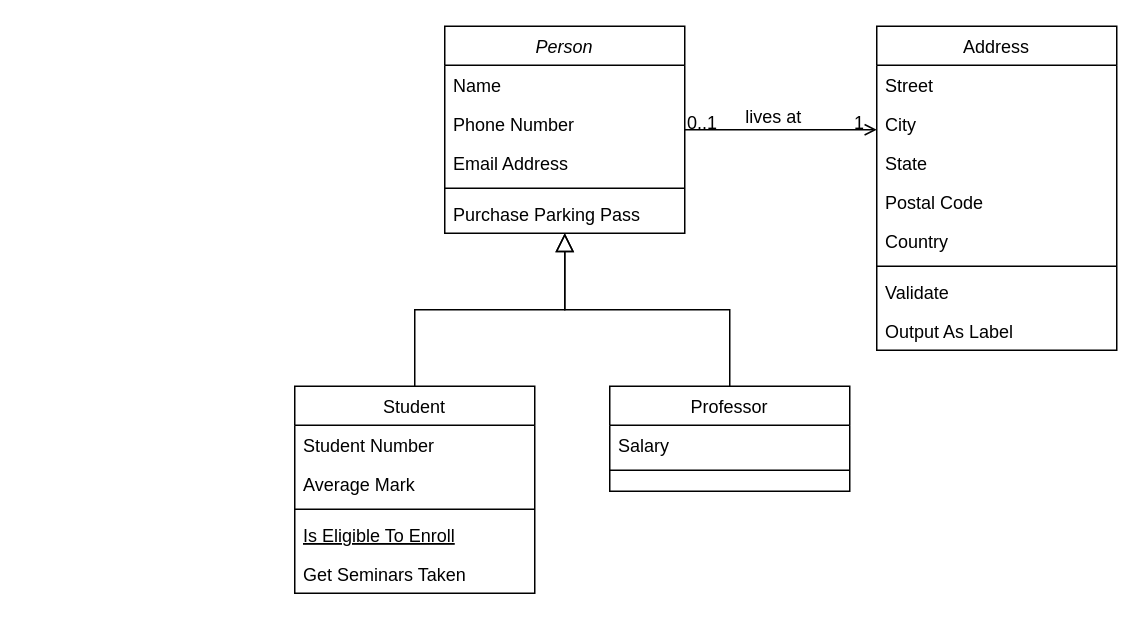
Earlier version of the draw.io diagram GroupAssignment.drawio (LordDdanielHan/test). Source tidied: cells renumbered, new cells numbered last; positions are measured from the earlier drawing's top-left corner, leaving out a move shared by most shapes. Both pictures are drawn from the tidied source at 150%, with x=0, y=0 at pixel (294, 26).
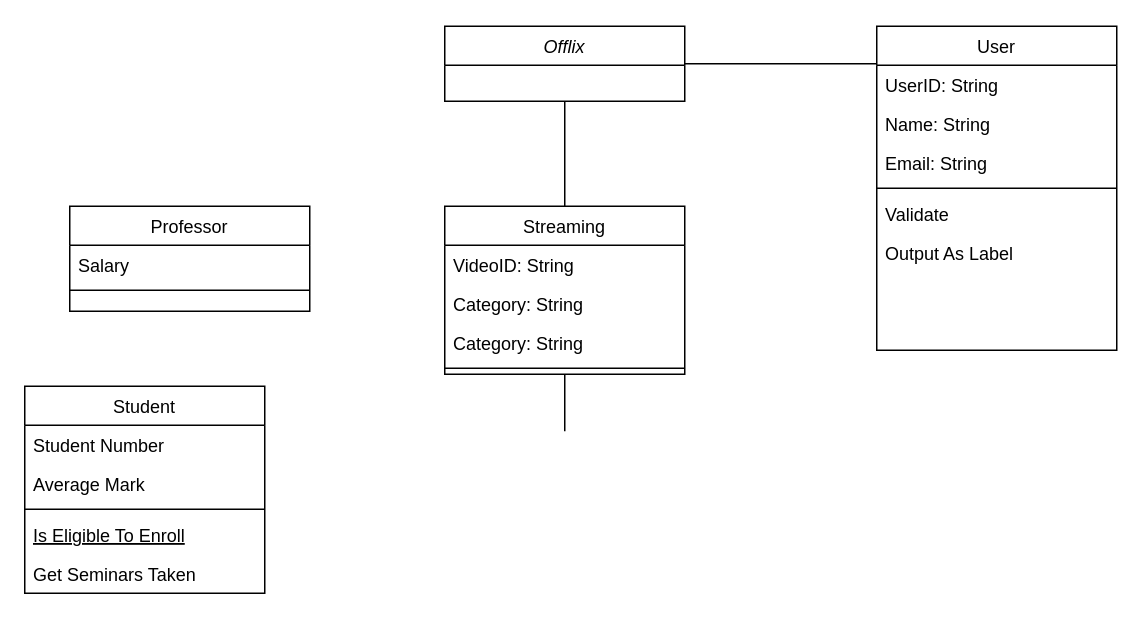
The same diagram, later.

Diff of the diagram source:
```diff
@@
+    <mxCell id="32" style="edgeStyle=orthogonalEdgeStyle;rounded=0;jettySize=auto;html=1;entryX=0.5;entryY=0;entryDx=0;entryDy=0;endArrow=none;endFill=0;" parent="1" edge="1" source="2" target="34">
+      <mxGeometry relative="1" as="geometry" />
+    </mxCell>
-    <mxCell id="2" value="Person" style="swimlane;fontStyle=2;align=center;verticalAlign=top;horizontal=1;startSize=26;rounded=0;shadow=0;strokeWidth=1;" parent="1" vertex="1">
-      <mxGeometry x="100" width="160" height="138" as="geometry" />
+    <mxCell id="2" value="Offlix" style="swimlane;fontStyle=2;align=center;verticalAlign=top;horizontal=1;startSize=26;rounded=0;shadow=0;strokeWidth=1;" parent="1" vertex="1">
+      <mxGeometry x="100" width="160" height="50" as="geometry" />
     </mxCell>
-    <mxCell id="3" value="Name" style="text;align=left;verticalAlign=top;spacingLeft=4;spacingRight=4;overflow=hidden;" parent="2" vertex="1">
-      <mxGeometry y="26" width="160" height="26" as="geometry" />
-    </mxCell>
-    <mxCell id="4" value="Phone Number" style="text;align=left;verticalAlign=top;spacingLeft=4;spacingRight=4;overflow=hidden;rounded=0;shadow=0;html=0;" parent="2" vertex="1">
-      <mxGeometry y="52" width="160" height="26" as="geometry" />
-    </mxCell>
-    <mxCell id="5" value="Email Address" style="text;align=left;verticalAlign=top;spacingLeft=4;spacingRight=4;overflow=hidden;rounded=0;shadow=0;html=0;" parent="2" vertex="1">
-      <mxGeometry y="78" width="160" height="26" as="geometry" />
-    </mxCell>
-    <mxCell id="6" style="line;html=1;strokeWidth=1;align=left;verticalAlign=middle;spacingTop=-1;spacingLeft=3;spacingRight=3;labelPosition=right;" parent="2" vertex="1">
-      <mxGeometry y="104" width="160" height="8" as="geometry" />
-    </mxCell>
-    <mxCell id="7" value="Purchase Parking Pass" style="text;align=left;verticalAlign=top;spacingLeft=4;spacingRight=4;overflow=hidden;" parent="2" vertex="1">
-      <mxGeometry y="112" width="160" height="26" as="geometry" />
-    </mxCell>
     <mxCell id="8" value="Student" style="swimlane;fontStyle=0;align=center;verticalAlign=top;horizontal=1;startSize=26;rounded=0;shadow=0;strokeWidth=1;" parent="1" vertex="1">
-      <mxGeometry y="240" width="160" height="138" as="geometry" />
+      <mxGeometry x="-180" y="240" width="160" height="138" as="geometry" />
     </mxCell>
@@
-    <mxCell id="14" style="endArrow=block;endSize=10;endFill=0;shadow=0;strokeWidth=1;rounded=0;curved=0;edgeStyle=elbowEdgeStyle;elbow=vertical;" parent="1" edge="1" source="8" target="2">
-      <mxGeometry relative="1" as="geometry" />
-    </mxCell>
     <mxCell id="15" value="Professor" style="swimlane;fontStyle=0;align=center;verticalAlign=top;horizontal=1;startSize=26;rounded=0;shadow=0;strokeWidth=1;" parent="1" vertex="1">
-      <mxGeometry x="210" y="240" width="160" height="70" as="geometry" />
+      <mxGeometry x="-150" y="120" width="160" height="70" as="geometry" />
     </mxCell>
@@
-    <mxCell id="18" style="endArrow=block;endSize=10;endFill=0;shadow=0;strokeWidth=1;rounded=0;curved=0;edgeStyle=elbowEdgeStyle;elbow=vertical;" parent="1" edge="1" source="15" target="2">
-      <mxGeometry relative="1" as="geometry" />
-    </mxCell>
-    <mxCell id="19" value="Address" style="swimlane;fontStyle=0;align=center;verticalAlign=top;horizontal=1;startSize=26;rounded=0;shadow=0;strokeWidth=1;" parent="1" vertex="1">
+    <mxCell id="19" value="User" style="swimlane;fontStyle=0;align=center;verticalAlign=top;horizontal=1;startSize=26;rounded=0;shadow=0;strokeWidth=1;" parent="1" vertex="1">
       <mxGeometry x="388" width="160" height="216" as="geometry" />
     </mxCell>
-    <mxCell id="20" value="Street" style="text;align=left;verticalAlign=top;spacingLeft=4;spacingRight=4;overflow=hidden;" parent="19" vertex="1">
+    <mxCell id="20" value="UserID: String" style="text;align=left;verticalAlign=top;spacingLeft=4;spacingRight=4;overflow=hidden;" parent="19" vertex="1">
       <mxGeometry y="26" width="160" height="26" as="geometry" />
     </mxCell>
-    <mxCell id="21" value="City" style="text;align=left;verticalAlign=top;spacingLeft=4;spacingRight=4;overflow=hidden;rounded=0;shadow=0;html=0;" parent="19" vertex="1">
+    <mxCell id="21" value="Name: String" style="text;align=left;verticalAlign=top;spacingLeft=4;spacingRight=4;overflow=hidden;rounded=0;shadow=0;html=0;" parent="19" vertex="1">
       <mxGeometry y="52" width="160" height="26" as="geometry" />
     </mxCell>
-    <mxCell id="22" value="State" style="text;align=left;verticalAlign=top;spacingLeft=4;spacingRight=4;overflow=hidden;rounded=0;shadow=0;html=0;" parent="19" vertex="1">
-      <mxGeometry y="78" width="160" height="26" as="geometry" />
-    </mxCell>
-    <mxCell id="23" value="Postal Code" style="text;align=left;verticalAlign=top;spacingLeft=4;spacingRight=4;overflow=hidden;rounded=0;shadow=0;html=0;" parent="19" vertex="1">
-      <mxGeometry y="104" width="160" height="26" as="geometry" />
-    </mxCell>
-    <mxCell id="24" value="Country" style="text;align=left;verticalAlign=top;spacingLeft=4;spacingRight=4;overflow=hidden;rounded=0;shadow=0;html=0;" parent="19" vertex="1">
-      <mxGeometry y="130" width="160" height="26" as="geometry" />
+    <mxCell id="24" value="Email: String&#10;" style="text;align=left;verticalAlign=top;spacingLeft=4;spacingRight=4;overflow=hidden;rounded=0;shadow=0;html=0;" parent="19" vertex="1">
+      <mxGeometry y="78" width="160" height="26" as="geometry" />
     </mxCell>
     <mxCell id="25" style="line;html=1;strokeWidth=1;align=left;verticalAlign=middle;spacingTop=-1;spacingLeft=3;spacingRight=3;labelPosition=right;" parent="19" vertex="1">
-      <mxGeometry y="156" width="160" height="8" as="geometry" />
+      <mxGeometry y="104" width="160" height="8" as="geometry" />
     </mxCell>
     <mxCell id="26" value="Validate" style="text;align=left;verticalAlign=top;spacingLeft=4;spacingRight=4;overflow=hidden;" parent="19" vertex="1">
-      <mxGeometry y="164" width="160" height="26" as="geometry" />
+      <mxGeometry y="112" width="160" height="26" as="geometry" />
     </mxCell>
     <mxCell id="27" value="Output As Label" style="text;align=left;verticalAlign=top;spacingLeft=4;spacingRight=4;overflow=hidden;" parent="19" vertex="1">
-      <mxGeometry y="190" width="160" height="26" as="geometry" />
+      <mxGeometry y="138" width="160" height="26" as="geometry" />
     </mxCell>
-    <mxCell id="28" style="endArrow=open;shadow=0;strokeWidth=1;rounded=0;curved=0;endFill=1;edgeStyle=elbowEdgeStyle;elbow=vertical;" parent="1" edge="1" source="2" target="19">
+    <mxCell id="28" style="endArrow=none;shadow=0;strokeWidth=1;rounded=0;curved=0;endFill=0;edgeStyle=elbowEdgeStyle;elbow=vertical;" parent="1" edge="1" source="2" target="19">
       <mxGeometry x="0.5" y="41" relative="1" as="geometry">
         <mxPoint x="-40" y="32" as="offset" />
       </mxGeometry>
     </mxCell>
-    <mxCell id="29" value="0..1" style="align=left;verticalAlign=bottom;labelBackgroundColor=none;fontSize=12;" parent="28" vertex="1">
-      <mxGeometry x="-1" relative="1" as="geometry">
-        <mxPoint y="4" as="offset" />
-      </mxGeometry>
-    </mxCell>
-    <mxCell id="30" value="1" style="align=right;verticalAlign=bottom;labelBackgroundColor=none;fontSize=12;" parent="28" vertex="1">
-      <mxGeometry x="1" relative="1" as="geometry">
-        <mxPoint x="-7" y="4" as="offset" />
-      </mxGeometry>
-    </mxCell>
-    <mxCell id="31" value="lives at" style="text;html=1;align=center;verticalAlign=middle;labelBackgroundColor=none;rounded=0;shadow=0;strokeWidth=1;fontSize=12;" parent="28" vertex="1">
-      <mxGeometry x="0.5" y="49" relative="1" as="geometry">
-        <mxPoint x="-38" y="40" as="offset" />
-      </mxGeometry>
-    </mxCell>
+    <mxCell id="33" style="edgeStyle=orthogonalEdgeStyle;rounded=0;jettySize=auto;html=1;endArrow=none;endFill=0;" parent="1" edge="1" source="34">
+      <mxGeometry relative="1" as="geometry">
+        <mxPoint x="180" y="270" as="targetPoint" />
+      </mxGeometry>
+    </mxCell>
+    <mxCell id="34" value="Streaming" style="swimlane;fontStyle=0;align=center;verticalAlign=top;horizontal=1;startSize=26;rounded=0;shadow=0;strokeWidth=1;" parent="1" vertex="1">
+      <mxGeometry x="100" y="120" width="160" height="112" as="geometry" />
+    </mxCell>
+    <mxCell id="35" value="VideoID: String&#10;" style="text;align=left;verticalAlign=top;spacingLeft=4;spacingRight=4;overflow=hidden;" parent="34" vertex="1">
+      <mxGeometry y="26" width="160" height="26" as="geometry" />
+    </mxCell>
+    <mxCell id="36" value="Category: String" style="text;align=left;verticalAlign=top;spacingLeft=4;spacingRight=4;overflow=hidden;" parent="34" vertex="1">
+      <mxGeometry y="52" width="160" height="26" as="geometry" />
+    </mxCell>
+    <mxCell id="37" value="Category: String" style="text;align=left;verticalAlign=top;spacingLeft=4;spacingRight=4;overflow=hidden;" parent="34" vertex="1">
+      <mxGeometry y="78" width="160" height="26" as="geometry" />
+    </mxCell>
+    <mxCell id="6" style="line;html=1;strokeWidth=1;align=left;verticalAlign=middle;spacingTop=-1;spacingLeft=3;spacingRight=3;labelPosition=right;" parent="34" vertex="1">
+      <mxGeometry y="104" width="160" height="8" as="geometry" />
+    </mxCell>
```
